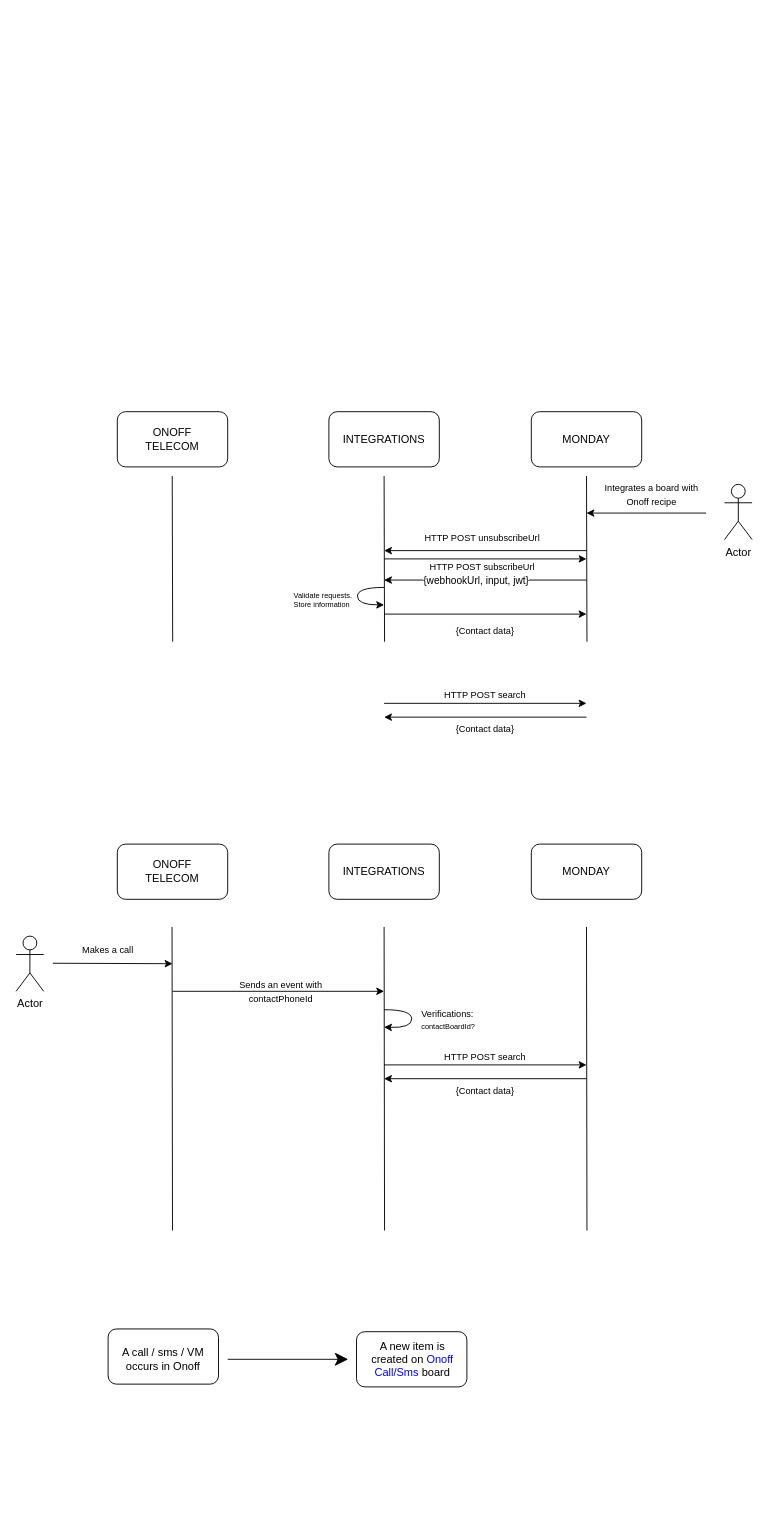
Dagte/example-repo keeps this draw.io diagram as Untitled Diagram.drawio. Above is the earlier version. Source tidied: cells renumbered, new cells numbered last; positions are measured from the earlier drawing's top-left corner, leaving out a move shared by most shapes. Both pictures are drawn from the tidied source at 92%, with x=0, y=0 at pixel (16, 411).
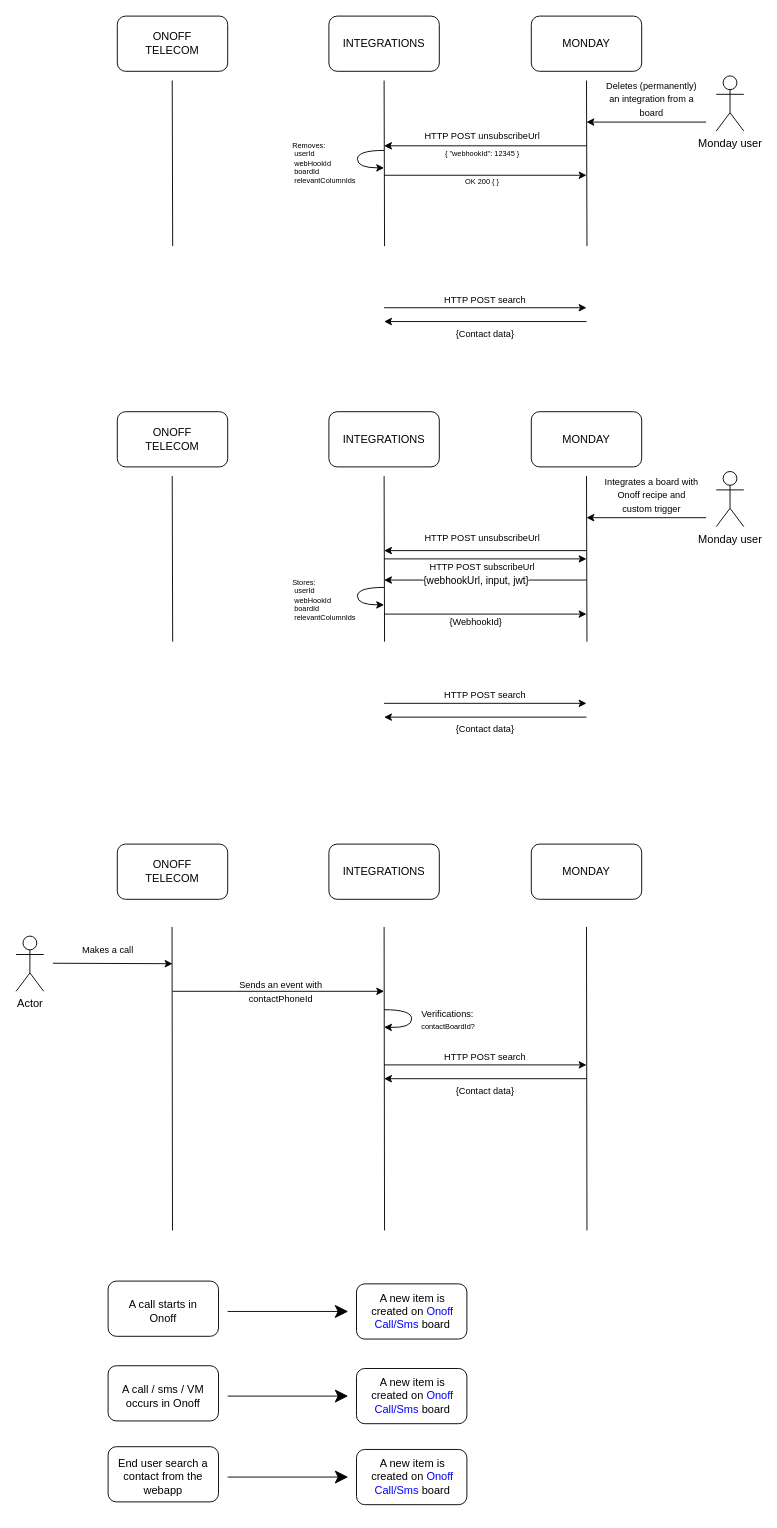
After the change.

The change refers to these unchanged cells:
```xml
<mxCell id="55" style="group;" parent="1" vertex="1">
  <mxGeometry x="169.7" y="70" width="450.8" height="180" as="geometry" />
</mxCell>
```

Change to the diagram source:
```diff
@@
     <mxCell id="2" style="rounded=1;whiteSpace=wrap;html=1;" parent="1" vertex="1">
-      <mxGeometry x="370" y="1000" width="120" height="60" as="geometry" />
+      <mxGeometry x="370" y="1040" width="120" height="60" as="geometry" />
     </mxCell>
     <mxCell id="3" style="rounded=1;whiteSpace=wrap;html=1;" parent="1" vertex="1">
-      <mxGeometry x="100" y="997" width="120" height="60" as="geometry" />
+      <mxGeometry x="100" y="1037" width="120" height="60" as="geometry" />
     </mxCell>
@@
     <mxCell id="26" value="A new item is created on &lt;font color=&quot;#0000ff&quot;&gt;Onoff Call/Sms&lt;/font&gt; board" style="text;html=1;strokeColor=none;fillColor=none;align=center;verticalAlign=middle;whiteSpace=wrap;rounded=0;" parent="1" vertex="1">
-      <mxGeometry x="375" y="992" width="112" height="76" as="geometry" />
+      <mxGeometry x="375" y="1032" width="112" height="76" as="geometry" />
     </mxCell>
     <mxCell id="27" style="endArrow=classic;html=1;rounded=0;strokeWidth=1;endSize=12;" parent="1" edge="1">
       <mxGeometry relative="1" as="geometry">
-        <mxPoint x="230" y="1030" as="sourcePoint" />
-        <mxPoint x="361" y="1030" as="targetPoint" />
+        <mxPoint x="230" y="1070" as="sourcePoint" />
+        <mxPoint x="361" y="1070" as="targetPoint" />
       </mxGeometry>
     </mxCell>
     <mxCell id="28" value="A call / sms / VM occurs in Onoff" style="text;html=1;strokeColor=none;fillColor=none;align=center;verticalAlign=middle;whiteSpace=wrap;rounded=0;" parent="1" vertex="1">
-      <mxGeometry x="110" y="997" width="100" height="66" as="geometry" />
+      <mxGeometry x="110" y="1037" width="100" height="66" as="geometry" />
     </mxCell>
@@
-    <mxCell id="35" value="Actor" style="shape=umlActor;verticalLabelPosition=bottom;verticalAlign=top;html=1;" parent="1" vertex="1">
-      <mxGeometry x="770" y="79" width="30" height="60" as="geometry" />
+    <mxCell id="35" value="Monday user" style="shape=umlActor;verticalLabelPosition=bottom;verticalAlign=top;html=1;" parent="1" vertex="1">
+      <mxGeometry x="761" y="65" width="30" height="60" as="geometry" />
     </mxCell>
@@
     <mxCell id="38" style="endArrow=classic;html=1;rounded=0;" parent="1" edge="1">
       <mxGeometry relative="1" as="geometry">
-        <mxPoint x="750" y="110.2" as="sourcePoint" />
-        <mxPoint x="620" y="110.2" as="targetPoint" />
+        <mxPoint x="750" y="115.2" as="sourcePoint" />
+        <mxPoint x="620" y="115.2" as="targetPoint" />
       </mxGeometry>
     </mxCell>
-    <mxCell id="39" value="&lt;font style=&quot;font-size: 10px;&quot;&gt;Integrates a board with Onoff recipe&lt;/font&gt;" style="text;html=1;strokeColor=none;fillColor=none;align=center;verticalAlign=middle;whiteSpace=wrap;rounded=0;" parent="1" vertex="1">
+    <mxCell id="39" value="&lt;font style=&quot;font-size: 10px;&quot;&gt;Integrates a board with Onoff recipe and custom trigger&lt;/font&gt;" style="text;html=1;strokeColor=none;fillColor=none;align=center;verticalAlign=middle;whiteSpace=wrap;rounded=0;" parent="1" vertex="1">
       <mxGeometry x="636" y="75.2" width="110" height="30" as="geometry" />
     </mxCell>
-    <mxCell id="40" value="&lt;div style=&quot;text-align: left; font-size: 8px;&quot;&gt;&lt;span style=&quot;&quot;&gt;Validate requests.&amp;nbsp;&lt;br&gt;Store information&lt;/span&gt;&lt;/div&gt;" style="text;html=1;strokeColor=none;fillColor=none;align=center;verticalAlign=middle;whiteSpace=wrap;rounded=0;" parent="1" vertex="1">
+    <mxCell id="40" value="&lt;div style=&quot;text-align: left; font-size: 8px;&quot;&gt;&lt;span style=&quot;&quot;&gt;Stores:&lt;br&gt;&lt;span style=&quot;white-space: pre;&quot;&gt; &lt;/span&gt;userId&lt;br&gt;&lt;span style=&quot;white-space: pre;&quot;&gt; &lt;/span&gt;webHookId&lt;br&gt;&lt;span style=&quot;white-space: pre;&quot;&gt; &lt;/span&gt;boardId&lt;br&gt;&lt;span style=&quot;white-space: pre;&quot;&gt; &lt;/span&gt;relevantColumnIds&lt;br&gt;&lt;/span&gt;&lt;/div&gt;" style="text;html=1;strokeColor=none;fillColor=none;align=center;verticalAlign=middle;whiteSpace=wrap;rounded=0;" parent="1" vertex="1">
       <mxGeometry x="290" y="190" width="90" height="30" as="geometry" />
     </mxCell>
@@
-    <mxCell id="54" value="&lt;font style=&quot;font-size: 10px;&quot;&gt;{Contact data}&lt;/font&gt;" style="text;html=1;strokeColor=none;fillColor=none;align=center;verticalAlign=middle;whiteSpace=wrap;rounded=0;" parent="1" vertex="1">
-      <mxGeometry x="450" y="230" width="120" height="15" as="geometry" />
-    </mxCell>
@@
+    <mxCell id="54" value="&lt;font style=&quot;font-size: 10px;&quot;&gt;{WebhookId}&lt;/font&gt;" style="text;html=1;strokeColor=none;fillColor=none;align=center;verticalAlign=middle;whiteSpace=wrap;rounded=0;" parent="55" vertex="1">
+      <mxGeometry x="270.3" y="150" width="120" height="15" as="geometry" />
+    </mxCell>
+    <mxCell id="59" style="group;" parent="1" vertex="1">
+      <mxGeometry x="340" y="-430" width="120" height="60" as="geometry" />
+    </mxCell>
+    <mxCell id="60" style="rounded=1;whiteSpace=wrap;html=1;" parent="59" vertex="1">
+      <mxGeometry width="120" height="60" as="geometry" />
+    </mxCell>
+    <mxCell id="61" value="INTEGRATIONS" style="text;html=1;strokeColor=none;fillColor=none;align=center;verticalAlign=middle;whiteSpace=wrap;rounded=0;" parent="59" vertex="1">
+      <mxGeometry x="30" y="15" width="60" height="30" as="geometry" />
+    </mxCell>
+    <mxCell id="62" style="group;" parent="1" vertex="1">
+      <mxGeometry x="560" y="-430" width="120" height="60" as="geometry" />
+    </mxCell>
+    <mxCell id="63" style="rounded=1;whiteSpace=wrap;html=1;" parent="62" vertex="1">
+      <mxGeometry width="120" height="60" as="geometry" />
+    </mxCell>
+    <mxCell id="64" value="MONDAY" style="text;html=1;strokeColor=none;fillColor=none;align=center;verticalAlign=middle;whiteSpace=wrap;rounded=0;" parent="62" vertex="1">
+      <mxGeometry x="30" y="15" width="60" height="30" as="geometry" />
+    </mxCell>
+    <mxCell id="65" value="Monday user" style="shape=umlActor;verticalLabelPosition=bottom;verticalAlign=top;html=1;" parent="1" vertex="1">
+      <mxGeometry x="761" y="-365" width="30" height="60" as="geometry" />
+    </mxCell>
+    <mxCell id="66" style="rounded=1;whiteSpace=wrap;html=1;" parent="1" vertex="1">
+      <mxGeometry x="110" y="-430" width="120" height="60" as="geometry" />
+    </mxCell>
+    <mxCell id="67" value="ONOFF TELECOM" style="text;html=1;strokeColor=none;fillColor=none;align=center;verticalAlign=middle;whiteSpace=wrap;rounded=0;" parent="1" vertex="1">
+      <mxGeometry x="140" y="-415" width="60" height="30" as="geometry" />
+    </mxCell>
+    <mxCell id="68" style="endArrow=classic;html=1;rounded=0;" parent="1" edge="1">
+      <mxGeometry relative="1" as="geometry">
+        <mxPoint x="750" y="-314.8" as="sourcePoint" />
+        <mxPoint x="620" y="-314.8" as="targetPoint" />
+      </mxGeometry>
+    </mxCell>
+    <mxCell id="69" value="&lt;font style=&quot;font-size: 10px;&quot;&gt;Deletes (permanently) an integration from a board&lt;/font&gt;" style="text;html=1;strokeColor=none;fillColor=none;align=center;verticalAlign=middle;whiteSpace=wrap;rounded=0;" parent="1" vertex="1">
+      <mxGeometry x="636" y="-354.8" width="110" height="30" as="geometry" />
+    </mxCell>
+    <mxCell id="70" style="endArrow=classic;html=1;rounded=0;" parent="1" edge="1">
+      <mxGeometry relative="1" as="geometry">
+        <mxPoint x="400" y="-113" as="sourcePoint" />
+        <mxPoint x="620" y="-113" as="targetPoint" />
+      </mxGeometry>
+    </mxCell>
+    <mxCell id="71" value="&lt;font style=&quot;font-size: 10px;&quot;&gt;HTTP POST search&lt;/font&gt;" style="text;html=1;strokeColor=none;fillColor=none;align=center;verticalAlign=middle;whiteSpace=wrap;rounded=0;" parent="1" vertex="1">
+      <mxGeometry x="450" y="-130" width="120" height="15" as="geometry" />
+    </mxCell>
+    <mxCell id="72" style="endArrow=classic;html=1;rounded=0;" parent="1" edge="1">
+      <mxGeometry relative="1" as="geometry">
+        <mxPoint x="620" y="-98" as="sourcePoint" />
+        <mxPoint x="400" y="-98" as="targetPoint" />
+      </mxGeometry>
+    </mxCell>
+    <mxCell id="73" value="&lt;font style=&quot;font-size: 10px;&quot;&gt;{Contact data}&lt;/font&gt;" style="text;html=1;strokeColor=none;fillColor=none;align=center;verticalAlign=middle;whiteSpace=wrap;rounded=0;" parent="1" vertex="1">
+      <mxGeometry x="450" y="-93" width="120" height="15" as="geometry" />
+    </mxCell>
+    <mxCell id="74" style="group;" parent="1" vertex="1">
+      <mxGeometry x="169.7" y="-360" width="450.8" height="180" as="geometry" />
+    </mxCell>
+    <mxCell id="75" style="endArrow=none;html=1;rounded=0;" parent="74" edge="1">
+      <mxGeometry relative="1" as="geometry">
+        <mxPoint x="230.8" y="180" as="sourcePoint" />
+        <mxPoint x="230.3" as="targetPoint" />
+      </mxGeometry>
+    </mxCell>
+    <mxCell id="76" style="endArrow=none;html=1;rounded=0;" parent="74" edge="1">
+      <mxGeometry relative="1" as="geometry">
+        <mxPoint x="450.8" y="180" as="sourcePoint" />
+        <mxPoint x="450.3" as="targetPoint" />
+      </mxGeometry>
+    </mxCell>
+    <mxCell id="77" style="endArrow=none;html=1;rounded=0;" parent="74" edge="1">
+      <mxGeometry relative="1" as="geometry">
+        <mxPoint x="0.5" y="180" as="sourcePoint" />
+        <mxPoint as="targetPoint" />
+      </mxGeometry>
+    </mxCell>
+    <mxCell id="78" value="&lt;font style=&quot;font-size: 8px;&quot;&gt;OK 200 { }&lt;/font&gt;" style="text;html=1;strokeColor=none;fillColor=none;align=center;verticalAlign=middle;whiteSpace=wrap;rounded=0;" parent="74" vertex="1">
+      <mxGeometry x="272.3" y="96" width="130" height="26" as="geometry" />
+    </mxCell>
+    <mxCell id="79" value="&lt;div style=&quot;text-align: left; font-size: 8px;&quot;&gt;&lt;span style=&quot;&quot;&gt;Removes:&lt;br&gt;&lt;span style=&quot;white-space: pre;&quot;&gt; &lt;/span&gt;userId&lt;br&gt;&lt;span style=&quot;white-space: pre;&quot;&gt; &lt;/span&gt;webHookId&lt;br&gt;&lt;span style=&quot;white-space: pre;&quot;&gt; &lt;/span&gt;boardId&lt;br&gt;&lt;span style=&quot;white-space: pre;&quot;&gt; &lt;/span&gt;relevantColumnIds&lt;br&gt;&lt;/span&gt;&lt;/div&gt;" style="text;html=1;strokeColor=none;fillColor=none;align=center;verticalAlign=middle;whiteSpace=wrap;rounded=0;" parent="74" vertex="1">
+      <mxGeometry x="120.3" y="75" width="90" height="30" as="geometry" />
+    </mxCell>
+    <mxCell id="80" style="endArrow=classic;html=1;curved=1;" parent="74" edge="1">
+      <mxGeometry relative="1" as="geometry">
+        <mxPoint x="230.3" y="76" as="sourcePoint" />
+        <mxPoint x="230.3" y="95" as="targetPoint" />
+        <Array as="points">
+          <mxPoint x="201.3" y="76" />
+          <mxPoint x="201.3" y="95" />
+        </Array>
+      </mxGeometry>
+    </mxCell>
+    <mxCell id="81" value="&lt;font style=&quot;font-size: 8px;&quot;&gt;{ &quot;webhookId&quot;: 12345 }&lt;/font&gt;" style="text;html=1;strokeColor=none;fillColor=none;align=center;verticalAlign=middle;whiteSpace=wrap;rounded=0;" parent="1" vertex="1">
+      <mxGeometry x="442" y="-294" width="130" height="26" as="geometry" />
+    </mxCell>
+    <mxCell id="82" style="endArrow=classic;html=1;rounded=0;" parent="1" edge="1">
+      <mxGeometry relative="1" as="geometry">
+        <mxPoint x="620" y="-289" as="sourcePoint" />
+        <mxPoint x="400" y="-289" as="targetPoint" />
+      </mxGeometry>
+    </mxCell>
+    <mxCell id="83" value="&lt;span style=&quot;font-size: 10px;&quot;&gt;HTTP POST unsubscribeUrl&lt;/span&gt;" style="text;html=1;strokeColor=none;fillColor=none;align=center;verticalAlign=middle;whiteSpace=wrap;rounded=0;" parent="1" vertex="1">
+      <mxGeometry x="442" y="-313" width="130" height="26" as="geometry" />
+    </mxCell>
+    <mxCell id="84" style="endArrow=classic;html=1;rounded=0;" parent="1" edge="1">
+      <mxGeometry relative="1" as="geometry">
+        <mxPoint x="400" y="-257" as="sourcePoint" />
+        <mxPoint x="620" y="-257" as="targetPoint" />
+      </mxGeometry>
+    </mxCell>
+    <mxCell id="85" style="rounded=1;whiteSpace=wrap;html=1;" parent="1" vertex="1">
+      <mxGeometry x="370" y="1128" width="120" height="60" as="geometry" />
+    </mxCell>
+    <mxCell id="86" style="rounded=1;whiteSpace=wrap;html=1;" parent="1" vertex="1">
+      <mxGeometry x="100" y="1125" width="120" height="60" as="geometry" />
+    </mxCell>
+    <mxCell id="87" value="A new item is created on &lt;font color=&quot;#0000ff&quot;&gt;Onoff Call/Sms&lt;/font&gt; board" style="text;html=1;strokeColor=none;fillColor=none;align=center;verticalAlign=middle;whiteSpace=wrap;rounded=0;" parent="1" vertex="1">
+      <mxGeometry x="375" y="1120" width="112" height="76" as="geometry" />
+    </mxCell>
+    <mxCell id="88" style="endArrow=classic;html=1;rounded=0;strokeWidth=1;endSize=12;" parent="1" edge="1">
+      <mxGeometry relative="1" as="geometry">
+        <mxPoint x="230" y="1158" as="sourcePoint" />
+        <mxPoint x="361" y="1158" as="targetPoint" />
+      </mxGeometry>
+    </mxCell>
+    <mxCell id="89" value="End user search a contact from the webapp" style="text;html=1;strokeColor=none;fillColor=none;align=center;verticalAlign=middle;whiteSpace=wrap;rounded=0;" parent="1" vertex="1">
+      <mxGeometry x="110" y="1125" width="100" height="66" as="geometry" />
+    </mxCell>
+    <mxCell id="90" style="rounded=1;whiteSpace=wrap;html=1;" parent="1" vertex="1">
+      <mxGeometry x="370" y="948" width="120" height="60" as="geometry" />
+    </mxCell>
+    <mxCell id="91" style="rounded=1;whiteSpace=wrap;html=1;" parent="1" vertex="1">
+      <mxGeometry x="100" y="945" width="120" height="60" as="geometry" />
+    </mxCell>
+    <mxCell id="92" value="A new item is created on &lt;font color=&quot;#0000ff&quot;&gt;Onoff Call/Sms&lt;/font&gt; board" style="text;html=1;strokeColor=none;fillColor=none;align=center;verticalAlign=middle;whiteSpace=wrap;rounded=0;" parent="1" vertex="1">
+      <mxGeometry x="375" y="940" width="112" height="76" as="geometry" />
+    </mxCell>
+    <mxCell id="93" style="endArrow=classic;html=1;rounded=0;strokeWidth=1;endSize=12;" parent="1" edge="1">
+      <mxGeometry relative="1" as="geometry">
+        <mxPoint x="230" y="978" as="sourcePoint" />
+        <mxPoint x="361" y="978" as="targetPoint" />
+      </mxGeometry>
+    </mxCell>
+    <mxCell id="94" value="A call starts in Onoff" style="text;html=1;strokeColor=none;fillColor=none;align=center;verticalAlign=middle;whiteSpace=wrap;rounded=0;" parent="1" vertex="1">
+      <mxGeometry x="110" y="945" width="100" height="66" as="geometry" />
+    </mxCell>
```
